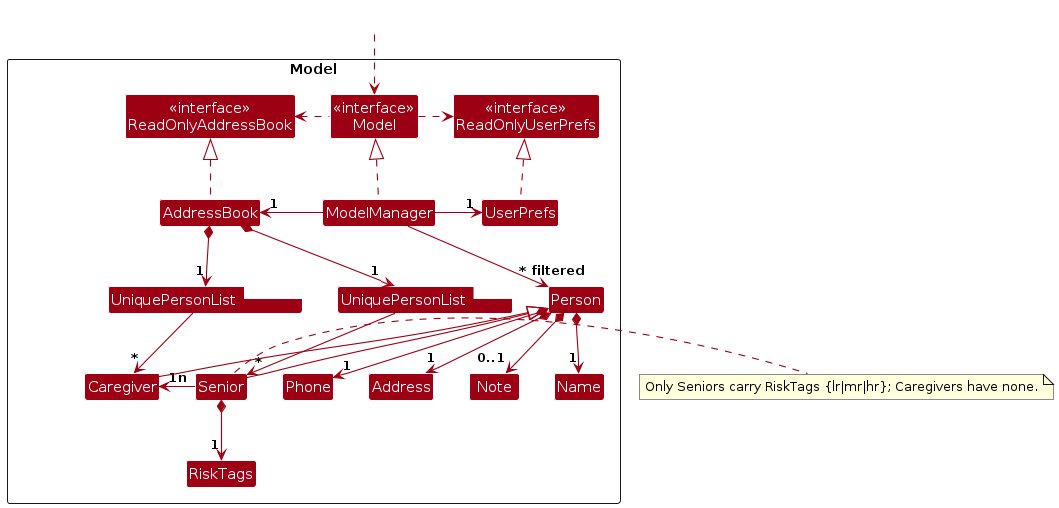
Above: diagrams/ModelClassDiagram.png in AY2526S1-CS2103-F13-4/tp (PlantUML), before the change. Its source is kept beside it as diagrams/ModelClassDiagram.puml.
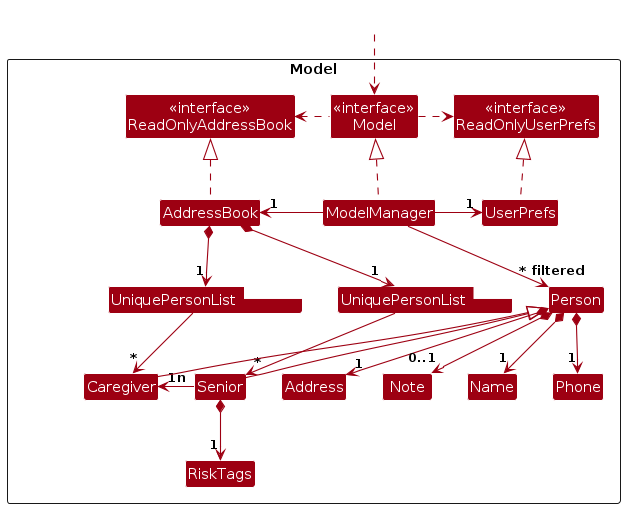
After the change.

Diff of the diagram source:
```diff
@@ -68,5 +68,4 @@
 
 ModelManager --> "~* filtered" Person
 
-note right of Senior : Only Seniors carry RiskTags {lr|mr|hr}; Caregivers have none.
 @enduml
```
